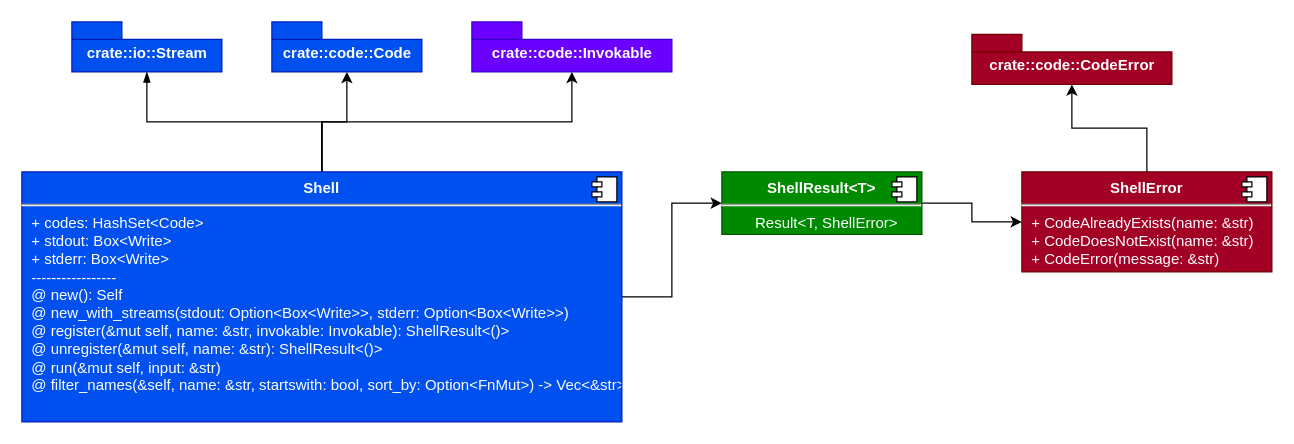
Earlier version of the draw.io diagram page "crate" (1 of 3) of arch.drawio (erayerdin/cheats). Source tidied: cells renumbered, new cells numbered last; positions are measured from the earlier drawing's top-left corner, leaving out a move shared by most shapes. Both pictures are drawn from the tidied source at 125%, with x=0, y=0 at pixel (21, 21).
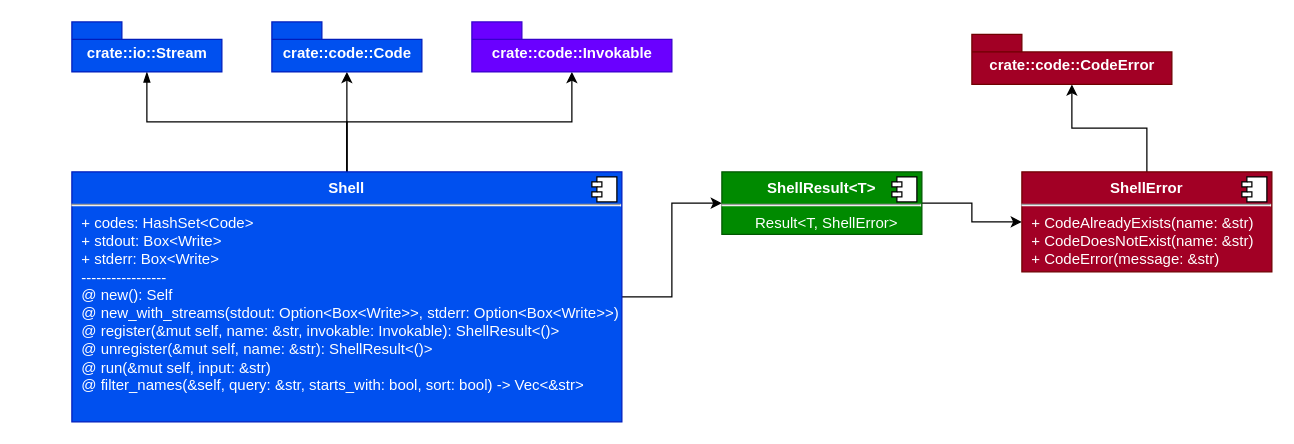
The same diagram, later.

Commit message (it also covers changes not shown here):
added Shell::filter_names

The edit, as a diff of the source:
```diff
@@
 <mxGraphModel>
   <root>
     <mxCell id="0" />
     <mxCell id="1" parent="0" />
     <mxCell id="2" style="edgeStyle=orthogonalEdgeStyle;rounded=0;jettySize=auto;html=1;endArrow=blockThin;endFill=1;" parent="1" edge="1" source="6" target="8">
       <mxGeometry relative="1" as="geometry" />
     </mxCell>
     <mxCell id="3" style="edgeStyle=orthogonalEdgeStyle;rounded=0;jettySize=auto;html=1;endArrow=classic;endFill=1;exitX=0.5;exitY=0;exitDx=0;exitDy=0;" parent="1" edge="1" source="6" target="9">
       <mxGeometry relative="1" as="geometry" />
     </mxCell>
     <mxCell id="4" style="edgeStyle=orthogonalEdgeStyle;rounded=0;jettySize=auto;html=1;endArrow=classic;endFill=1;exitX=0.5;exitY=0;exitDx=0;exitDy=0;" parent="1" edge="1" source="6" target="10">
       <mxGeometry relative="1" as="geometry" />
     </mxCell>
     <mxCell id="5" style="edgeStyle=orthogonalEdgeStyle;rounded=0;jettySize=auto;html=1;endArrow=classic;endFill=1;" parent="1" edge="1" source="6" target="12">
       <mxGeometry relative="1" as="geometry" />
     </mxCell>
-    <mxCell id="6" value="&lt;p style=&quot;margin: 0px ; margin-top: 6px ; text-align: center&quot;&gt;&lt;b&gt;Shell&lt;/b&gt;&lt;br&gt;&lt;/p&gt;&lt;hr&gt;&lt;p style=&quot;margin: 0px ; margin-left: 8px&quot;&gt;+ codes: HashSet&amp;lt;Code&amp;gt;&lt;br&gt;&lt;/p&gt;&lt;p style=&quot;margin: 0px ; margin-left: 8px&quot;&gt;+ stdout: Box&amp;lt;Write&amp;gt;&lt;br&gt;&lt;/p&gt;&lt;p style=&quot;margin: 0px ; margin-left: 8px&quot;&gt;+ stderr: Box&amp;lt;Write&amp;gt;&lt;/p&gt;&lt;p style=&quot;margin: 0px ; margin-left: 8px&quot;&gt;-----------------&lt;/p&gt;&lt;p style=&quot;margin: 0px ; margin-left: 8px&quot;&gt;@ new(): Self&lt;/p&gt;&lt;p style=&quot;margin: 0px ; margin-left: 8px&quot;&gt;@ new_with_streams(stdout: Option&amp;lt;Box&amp;lt;Write&amp;gt;&amp;gt;, stderr: Option&amp;lt;Box&amp;lt;Write&amp;gt;&amp;gt;)&lt;br&gt;&lt;/p&gt;&lt;p style=&quot;margin: 0px ; margin-left: 8px&quot;&gt;@ register(&amp;amp;mut self, name: &amp;amp;str, invokable: Invokable): ShellResult&amp;lt;()&amp;gt;&lt;br&gt;&lt;/p&gt;&lt;p style=&quot;margin: 0px ; margin-left: 8px&quot;&gt;@ unregister(&amp;amp;mut self, name: &amp;amp;str): ShellResult&amp;lt;()&amp;gt;&lt;/p&gt;&lt;p style=&quot;margin: 0px ; margin-left: 8px&quot;&gt;@ run(&amp;amp;mut self, input: &amp;amp;str)&lt;br&gt;&lt;/p&gt;&lt;p style=&quot;margin: 0px ; margin-left: 8px&quot;&gt;@ filter_names(&amp;amp;self, name: &amp;amp;str, startswith: bool, sort_by: Option&amp;lt;FnMut&amp;gt;) -&amp;gt; Vec&amp;lt;&amp;amp;str&amp;gt;&lt;/p&gt;" style="align=left;overflow=fill;html=1;fillColor=#0050ef;strokeColor=#001DBC;fontColor=#ffffff;" parent="1" vertex="1">
-      <mxGeometry y="120" width="480" height="200" as="geometry" />
+    <mxCell id="6" value="&lt;p style=&quot;margin: 0px ; margin-top: 6px ; text-align: center&quot;&gt;&lt;b&gt;Shell&lt;/b&gt;&lt;br&gt;&lt;/p&gt;&lt;hr&gt;&lt;p style=&quot;margin: 0px ; margin-left: 8px&quot;&gt;+ codes: HashSet&amp;lt;Code&amp;gt;&lt;br&gt;&lt;/p&gt;&lt;p style=&quot;margin: 0px ; margin-left: 8px&quot;&gt;+ stdout: Box&amp;lt;Write&amp;gt;&lt;br&gt;&lt;/p&gt;&lt;p style=&quot;margin: 0px ; margin-left: 8px&quot;&gt;+ stderr: Box&amp;lt;Write&amp;gt;&lt;/p&gt;&lt;p style=&quot;margin: 0px ; margin-left: 8px&quot;&gt;-----------------&lt;/p&gt;&lt;p style=&quot;margin: 0px ; margin-left: 8px&quot;&gt;@ new(): Self&lt;/p&gt;&lt;p style=&quot;margin: 0px ; margin-left: 8px&quot;&gt;@ new_with_streams(stdout: Option&amp;lt;Box&amp;lt;Write&amp;gt;&amp;gt;, stderr: Option&amp;lt;Box&amp;lt;Write&amp;gt;&amp;gt;)&lt;br&gt;&lt;/p&gt;&lt;p style=&quot;margin: 0px ; margin-left: 8px&quot;&gt;@ register(&amp;amp;mut self, name: &amp;amp;str, invokable: Invokable): ShellResult&amp;lt;()&amp;gt;&lt;br&gt;&lt;/p&gt;&lt;p style=&quot;margin: 0px ; margin-left: 8px&quot;&gt;@ unregister(&amp;amp;mut self, name: &amp;amp;str): ShellResult&amp;lt;()&amp;gt;&lt;/p&gt;&lt;p style=&quot;margin: 0px ; margin-left: 8px&quot;&gt;@ run(&amp;amp;mut self, input: &amp;amp;str)&lt;br&gt;&lt;/p&gt;&lt;p style=&quot;margin: 0px ; margin-left: 8px&quot;&gt;@ filter_names(&amp;amp;self, query: &amp;amp;str, starts_with: bool, sort: bool) -&amp;gt; Vec&amp;lt;&amp;amp;str&amp;gt;&lt;/p&gt;" style="align=left;overflow=fill;html=1;fillColor=#0050ef;strokeColor=#001DBC;fontColor=#ffffff;" parent="1" vertex="1">
+      <mxGeometry x="40" y="120" width="440" height="200" as="geometry" />
     </mxCell>
     <mxCell id="7" style="shape=component;jettyWidth=8;jettyHeight=4;" parent="6" vertex="1">
       <mxGeometry x="1" width="20" height="20" relative="1" as="geometry">
         <mxPoint x="-24" y="4" as="offset" />
       </mxGeometry>
     </mxCell>
     <mxCell id="8" value="crate::io::Stream" style="shape=folder;fontStyle=1;spacingTop=10;tabWidth=40;tabHeight=14;tabPosition=left;html=1;fillColor=#0050ef;strokeColor=#001DBC;fontColor=#ffffff;" parent="1" vertex="1">
       <mxGeometry x="40" width="120" height="40" as="geometry" />
     </mxCell>
     <mxCell id="9" value="crate::code::Code" style="shape=folder;fontStyle=1;spacingTop=10;tabWidth=40;tabHeight=14;tabPosition=left;html=1;fillColor=#0050ef;strokeColor=#001DBC;fontColor=#ffffff;" parent="1" vertex="1">
       <mxGeometry x="200" width="120" height="40" as="geometry" />
     </mxCell>
     <mxCell id="10" value="crate::code::Invokable" style="shape=folder;fontStyle=1;spacingTop=10;tabWidth=40;tabHeight=14;tabPosition=left;html=1;fillColor=#6a00ff;strokeColor=#3700CC;fontColor=#ffffff;" parent="1" vertex="1">
       <mxGeometry x="360" width="160" height="40" as="geometry" />
     </mxCell>
     <mxCell id="11" style="edgeStyle=orthogonalEdgeStyle;rounded=0;jettySize=auto;html=1;endArrow=classic;endFill=1;" parent="1" edge="1" source="12" target="15">
       <mxGeometry relative="1" as="geometry" />
     </mxCell>
     <mxCell id="12" value="&lt;p style=&quot;margin: 0px ; margin-top: 6px ; text-align: center&quot;&gt;&lt;b&gt;ShellResult&amp;lt;T&amp;gt;&lt;/b&gt;&lt;/p&gt;&lt;hr&gt;&lt;p style=&quot;margin: 0px ; margin-left: 8px&quot; align=&quot;center&quot;&gt;Result&amp;lt;T, ShellError&amp;gt;&lt;br&gt;&lt;/p&gt;" style="align=left;overflow=fill;html=1;fillColor=#008a00;strokeColor=#005700;fontColor=#ffffff;" parent="1" vertex="1">
       <mxGeometry x="560" y="120" width="160" height="50" as="geometry" />
     </mxCell>
     <mxCell id="13" style="shape=component;jettyWidth=8;jettyHeight=4;" parent="12" vertex="1">
       <mxGeometry x="1" width="20" height="20" relative="1" as="geometry">
         <mxPoint x="-24" y="4" as="offset" />
       </mxGeometry>
     </mxCell>
     <mxCell id="14" style="edgeStyle=orthogonalEdgeStyle;rounded=0;jettySize=auto;html=1;endArrow=classic;endFill=1;" parent="1" edge="1" source="15" target="17">
       <mxGeometry relative="1" as="geometry" />
     </mxCell>
     <mxCell id="15" value="&lt;p style=&quot;margin: 0px ; margin-top: 6px ; text-align: center&quot;&gt;&lt;b&gt;ShellError&lt;/b&gt;&lt;/p&gt;&lt;hr&gt;&lt;p style=&quot;margin: 0px ; margin-left: 8px&quot;&gt;+ CodeAlreadyExists(name: &amp;amp;str)&lt;/p&gt;&lt;p style=&quot;margin: 0px ; margin-left: 8px&quot;&gt;+ CodeDoesNotExist(name: &amp;amp;str)&lt;/p&gt;&lt;p style=&quot;margin: 0px ; margin-left: 8px&quot;&gt;+ CodeError(message: &amp;amp;str)&lt;br&gt;&lt;/p&gt;" style="align=left;overflow=fill;html=1;fillColor=#a20025;strokeColor=#6F0000;fontColor=#ffffff;" parent="1" vertex="1">
       <mxGeometry x="800" y="120" width="200" height="80" as="geometry" />
     </mxCell>
     <mxCell id="16" style="shape=component;jettyWidth=8;jettyHeight=4;" parent="15" vertex="1">
       <mxGeometry x="1" width="20" height="20" relative="1" as="geometry">
         <mxPoint x="-24" y="4" as="offset" />
       </mxGeometry>
     </mxCell>
     <mxCell id="17" value="crate::code::CodeError" style="shape=folder;fontStyle=1;spacingTop=10;tabWidth=40;tabHeight=14;tabPosition=left;html=1;fillColor=#a20025;strokeColor=#6F0000;fontColor=#ffffff;" parent="1" vertex="1">
       <mxGeometry x="760" y="10" width="160" height="40" as="geometry" />
     </mxCell>
   </root>
 </mxGraphModel>
```
